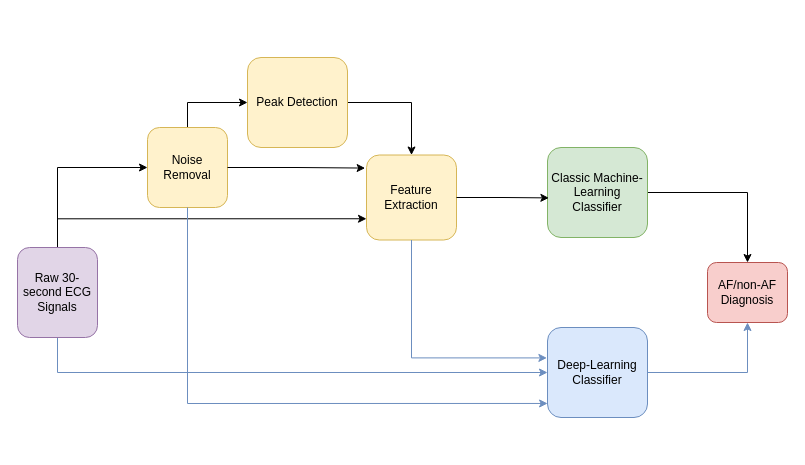
This is Untitled Diagram.drawio from kellydingzx/ecg_notebooks, a draw.io file, before an edit. Source tidied: cells renumbered, new cells numbered last; positions are measured from the earlier drawing's top-left corner, leaving out a move shared by most shapes. Both pictures are drawn from the tidied source at 100%, with x=0, y=0 at pixel (17, 57).
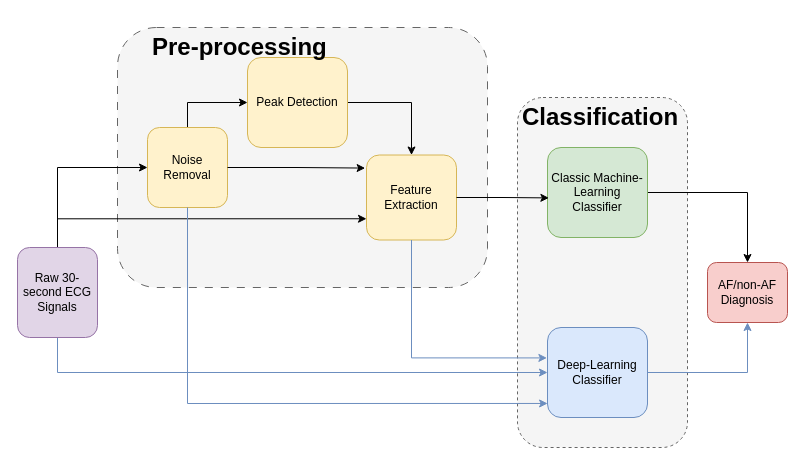
After the change.

What changed in the source:
```diff
@@
+    <mxCell id="20" style="rounded=1;whiteSpace=wrap;html=1;fillColor=#f5f5f5;fontColor=#333333;strokeColor=#666666;dashed=1;" parent="1" vertex="1">
+      <mxGeometry x="500" y="40" width="170" height="350" as="geometry" />
+    </mxCell>
+    <mxCell id="21" style="rounded=1;whiteSpace=wrap;html=1;fillColor=#f5f5f5;strokeColor=#666666;dashed=1;dashPattern=8 8;fontColor=#333333;" parent="1" vertex="1">
+      <mxGeometry x="100" y="-30" width="370" height="260" as="geometry" />
+    </mxCell>
@@
+    <mxCell id="22" value="&lt;h1&gt;Pre-processing&lt;/h1&gt;" style="text;html=1;strokeColor=none;fillColor=none;spacing=5;spacingTop=-20;whiteSpace=wrap;overflow=hidden;rounded=0;" parent="1" vertex="1">
+      <mxGeometry x="130" y="-30" width="190" height="120" as="geometry" />
+    </mxCell>
+    <mxCell id="23" value="&lt;h1&gt;Classification&lt;/h1&gt;" style="text;html=1;strokeColor=none;fillColor=none;spacing=5;spacingTop=-20;whiteSpace=wrap;overflow=hidden;rounded=0;" parent="1" vertex="1">
+      <mxGeometry x="500" y="40" width="180" height="110" as="geometry" />
+    </mxCell>
```
